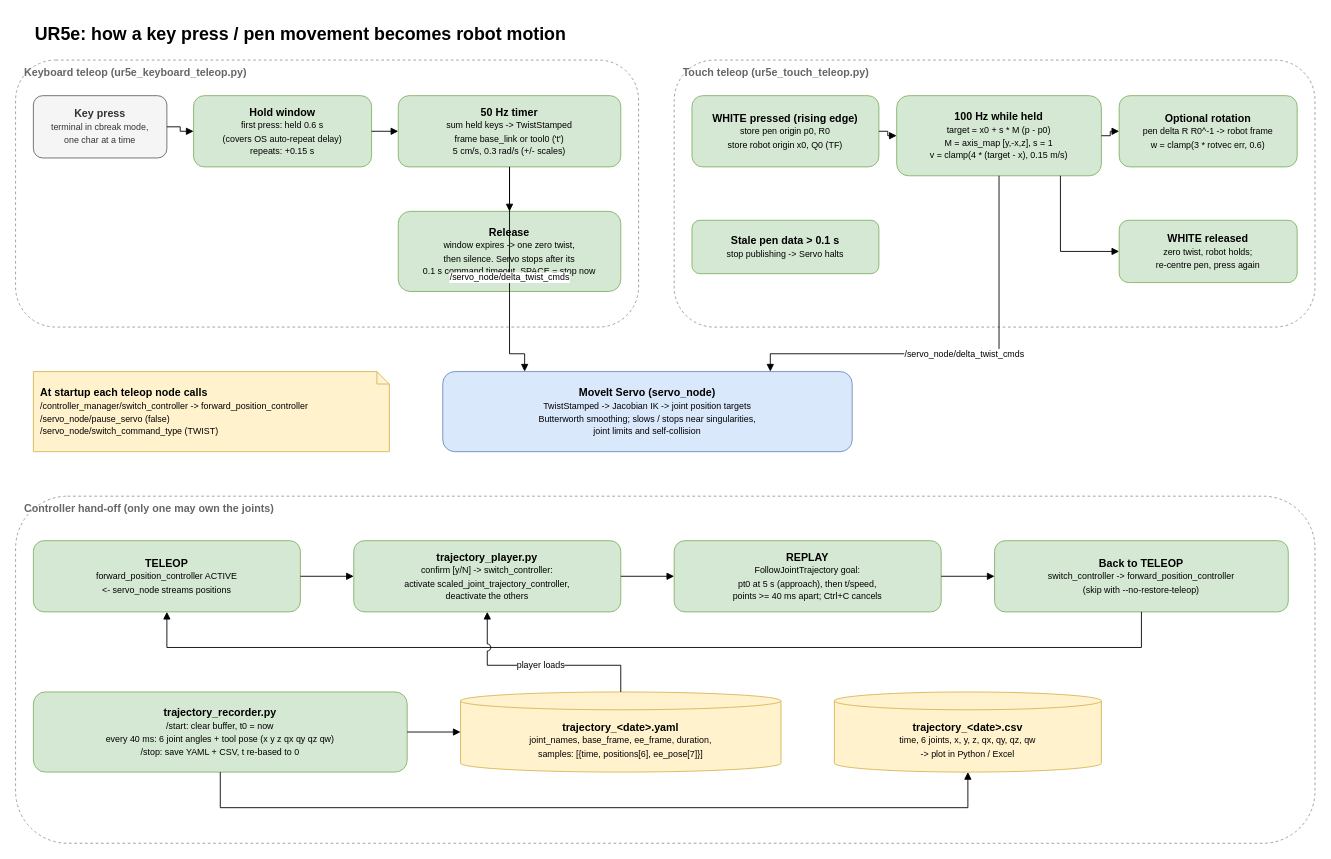
The draw.io diagram page "3 UR16e control detail" (3 of 4) of docs/system_architecture.drawio in aknipey/MacroMicroSurgicalRobot, before the edit. Source tidied: cells renumbered, new cells numbered last; positions are measured from the earlier drawing's top-left corner, leaving out a move shared by most shapes. Both pictures are drawn from the tidied source at 89%, with x=0, y=0 at pixel (15, 15).
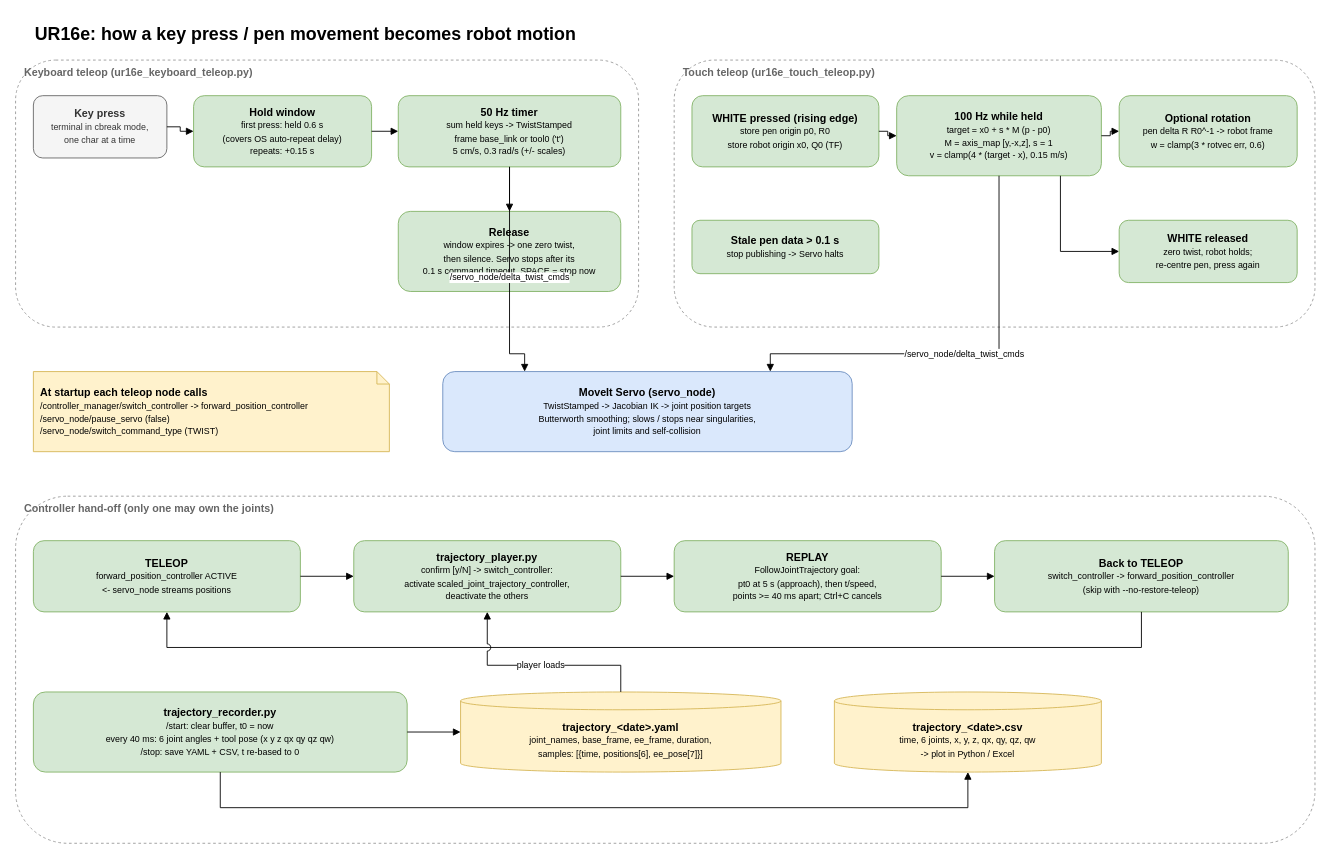
After the change.

Diff of the diagram source:
```diff
@@
-    <mxCell id="2" value="UR5e: how a key press / pen movement becomes robot motion" style="text;html=1;whiteSpace=wrap;align=left;verticalAlign=middle;fontSize=20;fontStyle=1;" parent="1" vertex="1">
+    <mxCell id="2" value="UR16e: how a key press / pen movement becomes robot motion" style="text;html=1;whiteSpace=wrap;align=left;verticalAlign=middle;fontSize=20;fontStyle=1;" parent="1" vertex="1">
       <mxGeometry x="20" width="1000" height="40" as="geometry" />
     </mxCell>
-    <mxCell id="3" value="Keyboard teleop (ur5e_keyboard_teleop.py)" style="rounded=1;whiteSpace=wrap;html=1;fillColor=none;dashed=1;strokeColor=#999999;verticalAlign=top;align=left;spacingLeft=8;fontStyle=1;fontColor=#666666;" parent="1" vertex="1">
+    <mxCell id="3" value="Keyboard teleop (ur16e_keyboard_teleop.py)" style="rounded=1;whiteSpace=wrap;html=1;fillColor=none;dashed=1;strokeColor=#999999;verticalAlign=top;align=left;spacingLeft=8;fontStyle=1;fontColor=#666666;" parent="1" vertex="1">
       <mxGeometry y="50" width="700" height="300" as="geometry" />
     </mxCell>
@@
-    <mxCell id="11" value="Touch teleop (ur5e_touch_teleop.py)" style="rounded=1;whiteSpace=wrap;html=1;fillColor=none;dashed=1;strokeColor=#999999;verticalAlign=top;align=left;spacingLeft=8;fontStyle=1;fontColor=#666666;" parent="1" vertex="1">
+    <mxCell id="11" value="Touch teleop (ur16e_touch_teleop.py)" style="rounded=1;whiteSpace=wrap;html=1;fillColor=none;dashed=1;strokeColor=#999999;verticalAlign=top;align=left;spacingLeft=8;fontStyle=1;fontColor=#666666;" parent="1" vertex="1">
       <mxGeometry x="740" y="50" width="720" height="300" as="geometry" />
     </mxCell>
```
